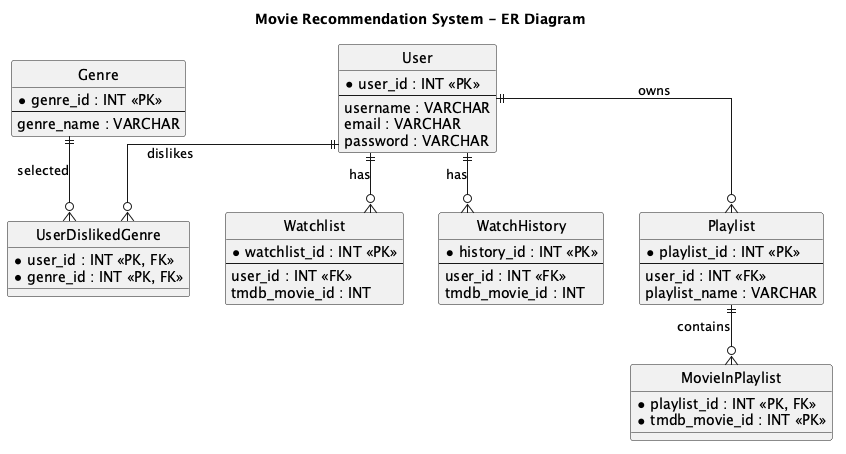
Before: docs/diagrams/png/08_er_diagram.png, a diagram exported from PlantUML (YathichaC/movie-mood).
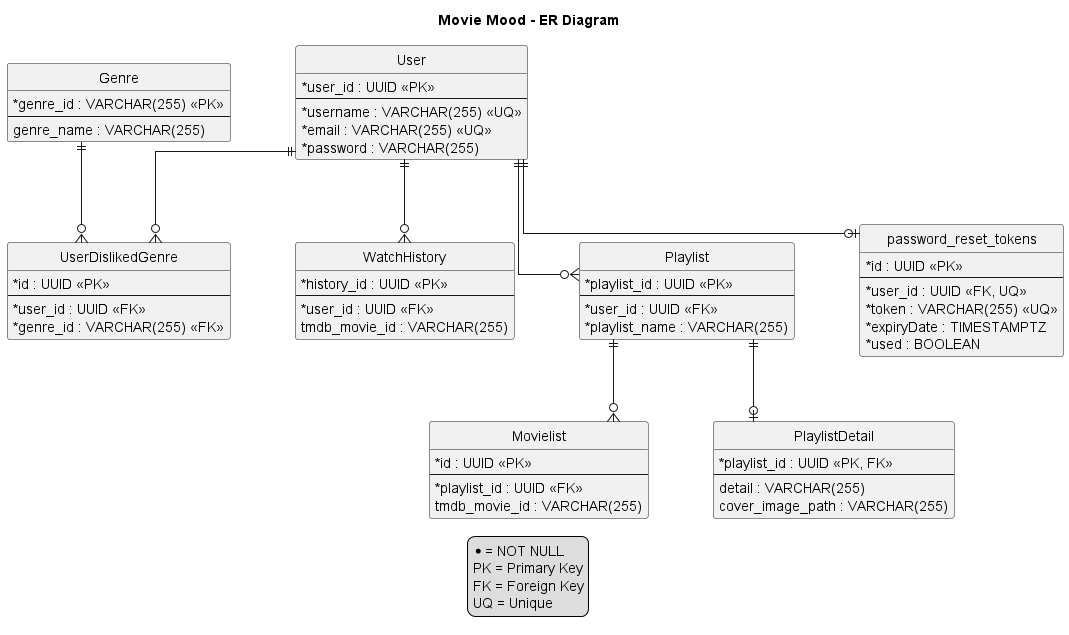
The same diagram one commit later.

Diff of the diagram source:
```diff
@@ -1,67 +1,94 @@
 @startuml
-
-title Movie Recommendation System - ER Diagram
+title Movie Mood - ER Diagram
 
 hide circle
+top to bottom direction
+
 skinparam linetype ortho
-skinparam entity {
-    BackgroundColor White
-    BorderColor Black
+skinparam classAttributeIconSize 0
+skinparam shadowing false
+skinparam nodesep 65
+skinparam ranksep 65
+
+entity "Genre" as Genre {
+  * genre_id : VARCHAR(255) <<PK>>
+  --
+  genre_name : VARCHAR(255)
 }
 
 entity "User" as User {
-    * user_id : INT <<PK>>
-    --
-    username : VARCHAR
-    email : VARCHAR
-    password : VARCHAR
-}
-
-entity "Genre" as Genre {
-    * genre_id : INT <<PK>>
-    --
-    genre_name : VARCHAR
+  * user_id : UUID <<PK>>
+  --
+  * username : VARCHAR(255) <<UQ>>
+  * email : VARCHAR(255) <<UQ>>
+  * password : VARCHAR(255)
 }
 
 entity "UserDislikedGenre" as UserDislikedGenre {
-    * user_id : INT <<PK, FK>>
-    * genre_id : INT <<PK, FK>>
-}
-
-entity "Watchlist" as Watchlist {
-    * watchlist_id : INT <<PK>>
-    --
-    user_id : INT <<FK>>
-    tmdb_movie_id : INT
+  * id : UUID <<PK>>
+  --
+  * user_id : UUID <<FK>>
+  * genre_id : VARCHAR(255) <<FK>>
 }
 
 entity "WatchHistory" as WatchHistory {
-    * history_id : INT <<PK>>
-    --
-    user_id : INT <<FK>>
-    tmdb_movie_id : INT
+  * history_id : UUID <<PK>>
+  --
+  * user_id : UUID <<FK>>
+  tmdb_movie_id : VARCHAR(255)
 }
 
 entity "Playlist" as Playlist {
-    * playlist_id : INT <<PK>>
-    --
-    user_id : INT <<FK>>
-    playlist_name : VARCHAR
+  * playlist_id : UUID <<PK>>
+  --
+  * user_id : UUID <<FK>>
+  * playlist_name : VARCHAR(255)
 }
 
-entity "MovieInPlaylist" as MovieInPlaylist {
-    * playlist_id : INT <<PK, FK>>
-    * tmdb_movie_id : INT <<PK>>
+entity "Movielist" as Movielist {
+  * id : UUID <<PK>>
+  --
+  * playlist_id : UUID <<FK>>
+  tmdb_movie_id : VARCHAR(255)
 }
 
+entity "PlaylistDetail" as PlaylistDetail {
+  * playlist_id : UUID <<PK, FK>>
+  --
+  detail : VARCHAR(255)
+  cover_image_path : VARCHAR(255)
+}
 
-User ||--o{ UserDislikedGenre : dislikes
-Genre ||--o{ UserDislikedGenre : selected
+entity "password_reset_tokens" as ResetToken {
+  * id : UUID <<PK>>
+  --
+  * user_id : UUID <<FK, UQ>>
+  * token : VARCHAR(255) <<UQ>>
+  * expiryDate : TIMESTAMPTZ
+  * used : BOOLEAN
+}
 
-User ||--o{ Watchlist : has
-User ||--o{ WatchHistory : has
-User ||--o{ Playlist : owns
+User ||--o{ UserDislikedGenre
+Genre ||--o{ UserDislikedGenre
 
-Playlist ||--o{ MovieInPlaylist : contains
+User ||--o{ WatchHistory
+User ||--o{ Playlist
+
+Playlist ||--o{ Movielist
+Playlist ||--o| PlaylistDetail
+
+User ||--o| ResetToken
+
+Genre -[hidden]right- User
+UserDislikedGenre -[hidden]right- WatchHistory
+WatchHistory -[hidden]right- Playlist
+Movielist -[hidden]right- PlaylistDetail
+
+legend bottom
+  * = NOT NULL
+  PK = Primary Key
+  FK = Foreign Key
+  UQ = Unique
+endlegend
 
 @enduml
```
